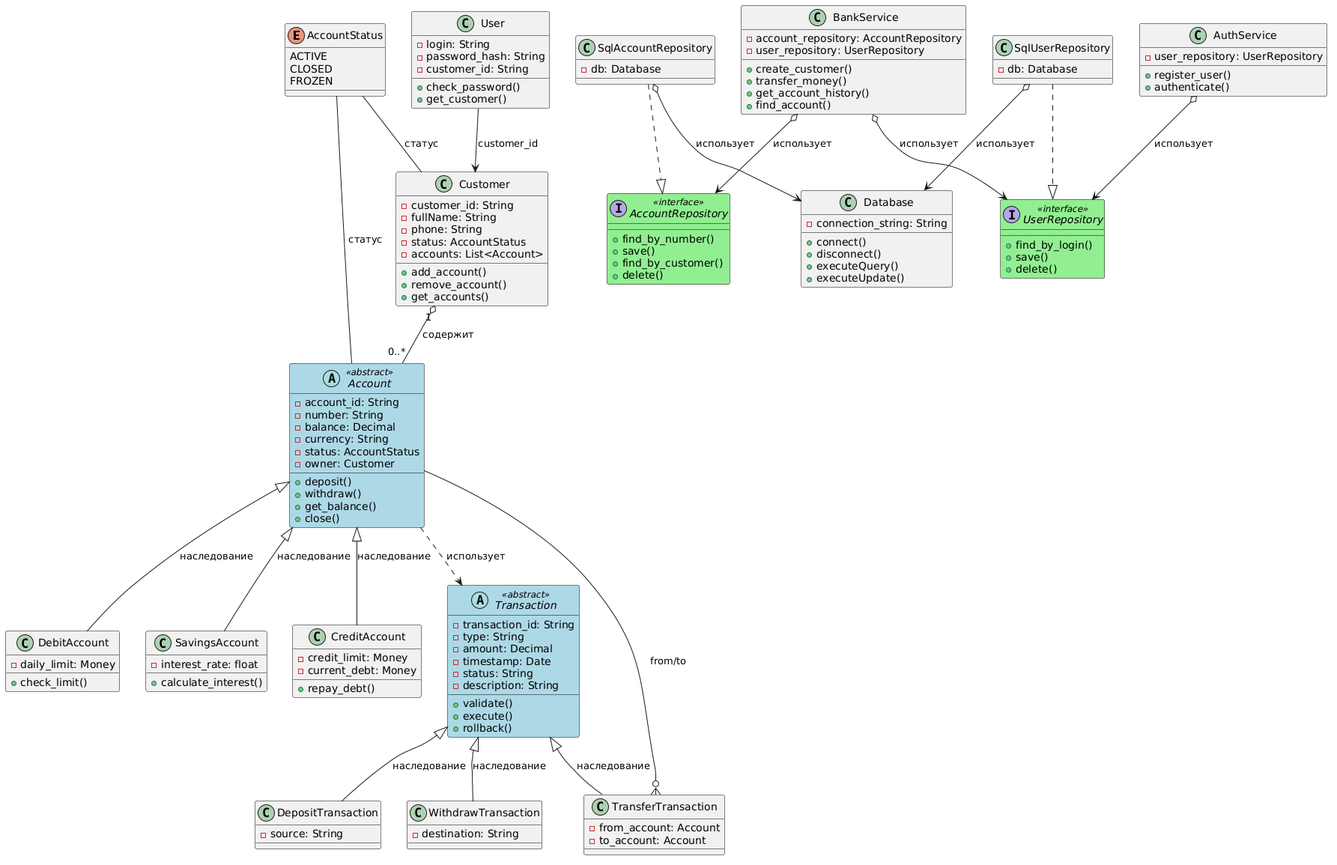
This is class_diagram.png from kmozgovoj11-rgb/bank_simulator, a PlantUML export, as it was before one commit.
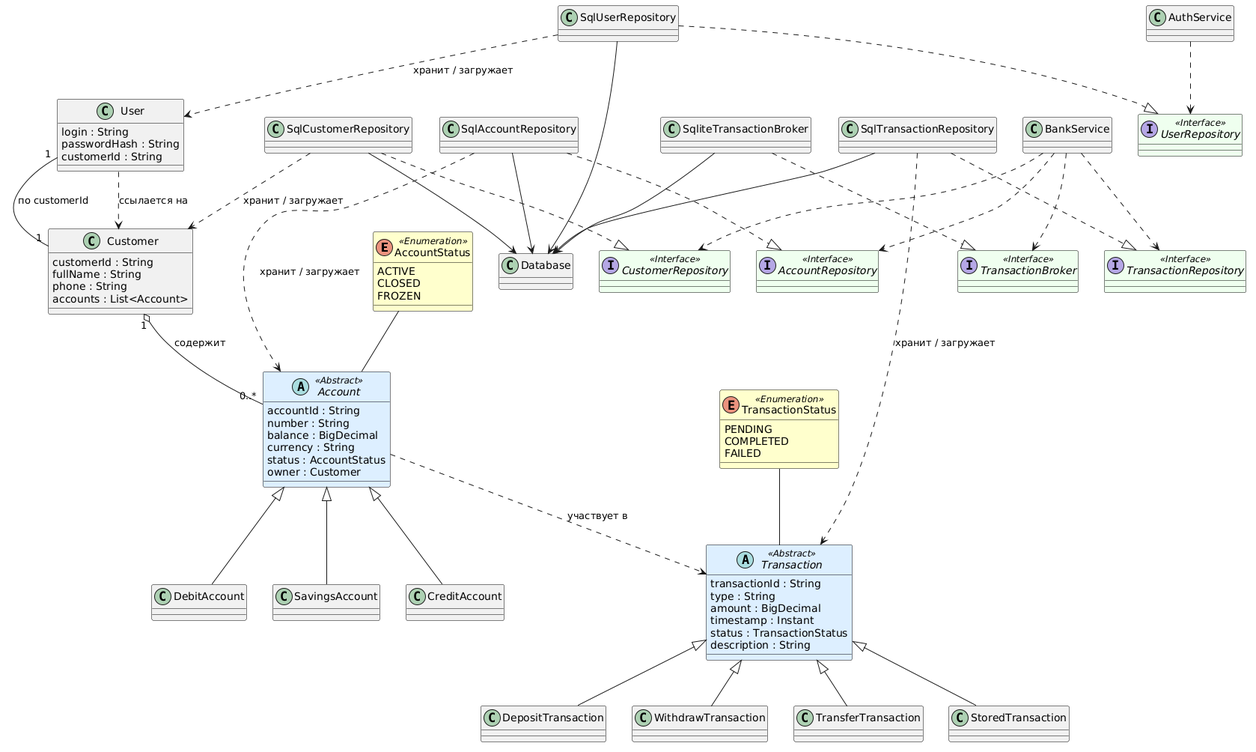
After the change.

Change to the diagram source:
```diff
@@ -1,160 +1,122 @@
 @startuml
-!define RECTANGLE class
-
 skinparam class {
-  BackgroundColor<<abstract>> LightBlue
-  BackgroundColor<<interface>> LightGreen
+  BackgroundColor<<Enumeration>> #FFFFCC
+  BackgroundColor<<Abstract>> #DDEEFF
+  BackgroundColor<<Interface>> #EEFFEE
   BorderColor Black
 }
 
-enum AccountStatus {
+
+enum AccountStatus <<Enumeration>> {
   ACTIVE
   CLOSED
   FROZEN
 }
 
+enum TransactionStatus <<Enumeration>> {
+  PENDING
+  COMPLETED
+  FAILED
+}
+
 class Customer {
-  - customer_id: String
-  - fullName: String
-  - phone: String
-  - status: AccountStatus
-  - accounts: List<Account>
-  + add_account()
-  + remove_account()
-  + get_accounts()
+  customerId : String
+  fullName : String
+  phone : String
+  accounts : List<Account>
 }
 
 class User {
-  - login: String
-  - password_hash: String
-  - customer_id: String
-  + check_password()
-  + get_customer()
+  login : String
+  passwordHash : String
+  customerId : String
 }
 
-abstract class Account <<abstract>> {
-  - account_id: String
-  - number: String
-  - balance: Decimal
-  - currency: String
-  - status: AccountStatus
-  - owner: Customer
-  + deposit()
-  + withdraw()
-  + get_balance()
-  + close()
+abstract class Account <<Abstract>> {
+  accountId : String
+  number : String
+  balance : BigDecimal
+  currency : String
+  status : AccountStatus
+  owner : Customer
 }
 
-class DebitAccount {
-  - daily_limit: Money
-  + check_limit()
+class DebitAccount
+class SavingsAccount
+class CreditAccount
+
+abstract class Transaction <<Abstract>> {
+  transactionId : String
+  type : String
+  amount : BigDecimal
+  timestamp : Instant
+  status : TransactionStatus
+  description : String
 }
 
-class SavingsAccount {
-  - interest_rate: float
-  + calculate_interest()
-}
+class DepositTransaction
+class WithdrawTransaction
+class TransferTransaction
+class StoredTransaction
 
-class CreditAccount {
-  - credit_limit: Money
-  - current_debt: Money
-  + repay_debt()
-}
+User "1" -- "1" Customer : по customerId
 
-abstract class Transaction <<abstract>> {
-  - transaction_id: String
-  - type: String
-  - amount: Decimal
-  - timestamp: Date
-  - status: String
-  - description: String
-  + validate()
-  + execute()
-  + rollback()
-}
+Customer "1" o-- "0..*" Account : содержит
+AccountStatus -- Account
 
-class DepositTransaction {
-  - source: String
-}
+User ..> Customer : ссылается на
 
-class WithdrawTransaction {
-  - destination: String
-}
+Account <|-- DebitAccount
+Account <|-- SavingsAccount
+Account <|-- CreditAccount
 
-class TransferTransaction {
-  - from_account: Account
-  - to_account: Account
-}
+TransactionStatus -- Transaction
+Account ..> Transaction : участвует в
 
-class BankService {
-  - account_repository: AccountRepository
-  - user_repository: UserRepository
-  + create_customer()
-  + transfer_money()
-  + get_account_history()
-  + find_account()
-}
-
-class AuthService {
-  - user_repository: UserRepository
-  + register_user()
-  + authenticate()
-}
-
-interface AccountRepository <<interface>> {
-  + find_by_number()
-  + save()
-  + find_by_customer()
-  + delete()
-}
-
-interface UserRepository <<interface>> {
-  + find_by_login()
-  + save()
-  + delete()
-}
+Transaction <|-- DepositTransaction
+Transaction <|-- WithdrawTransaction
+Transaction <|-- TransferTransaction
+Transaction <|-- StoredTransaction
 
 
-class Database {
-  - connection_string: String
-  + connect()
-  + disconnect()
-  + executeQuery()
-  + executeUpdate()
-}
+interface AccountRepository <<Interface>>
+interface UserRepository <<Interface>>
+interface CustomerRepository <<Interface>>
+interface TransactionRepository <<Interface>>
+interface TransactionBroker <<Interface>>
 
-class SqlAccountRepository {
-  - db: Database
-}
-
-class SqlUserRepository {
-  - db: Database
-}
+class SqlAccountRepository
+class SqlUserRepository
+class SqlCustomerRepository
+class SqlTransactionRepository
+class SqliteTransactionBroker
+class Database
 
 SqlAccountRepository ..|> AccountRepository
 SqlUserRepository ..|> UserRepository
+SqlCustomerRepository ..|> CustomerRepository
+SqlTransactionRepository ..|> TransactionRepository
+SqliteTransactionBroker ..|> TransactionBroker
 
-SqlAccountRepository o--> Database : использует
-SqlUserRepository o--> Database : использует
+SqlAccountRepository --> Database
+SqlUserRepository --> Database
+SqlCustomerRepository --> Database
+SqlTransactionRepository --> Database
+SqliteTransactionBroker --> Database
 
-Customer "1" o-- "0..*" Account : содержит
+SqlUserRepository ..> User : хранит / загружает
+SqlAccountRepository ..> Account : хранит / загружает
+SqlCustomerRepository ..> Customer : хранит / загружает
+SqlTransactionRepository ..> Transaction : хранит / загружает
 
-Account <|-- DebitAccount : наследование
-Account <|-- SavingsAccount : наследование
-Account <|-- CreditAccount : наследование
 
-Account ..> Transaction : использует
-Transaction <|-- DepositTransaction : наследование
-Transaction <|-- WithdrawTransaction : наследование
-Transaction <|-- TransferTransaction : наследование
-TransferTransaction }o-- Account : from/to
+class BankService
+class AuthService
 
-BankService o--> AccountRepository : использует
-BankService o--> UserRepository : использует
-AuthService o--> UserRepository : использует
+BankService ..> AccountRepository
+BankService ..> CustomerRepository
+BankService ..> TransactionRepository
+BankService ..> TransactionBroker
 
-User --> Customer : customer_id
-
-AccountStatus -- Customer : статус
-AccountStatus -- Account : статус
+AuthService ..> UserRepository
 @enduml
```
